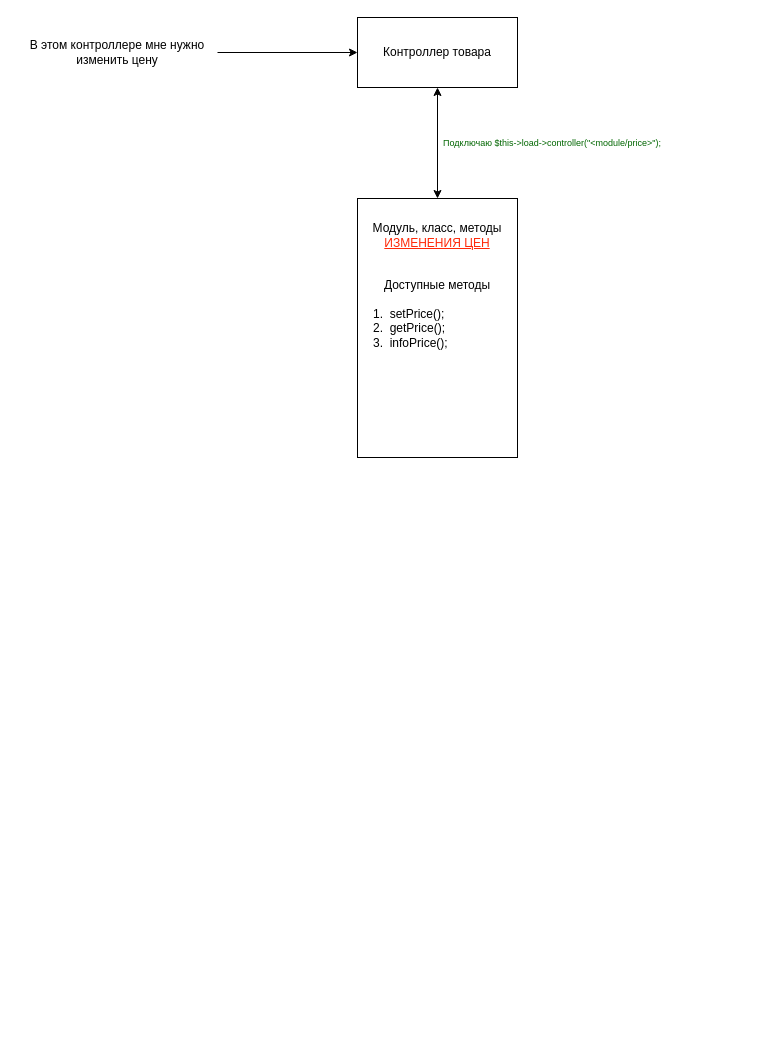
Before: Главная/Центральный-блок.drawio in mitivil/Gamestil-plan, a draw.io diagram. Source tidied: cells renumbered, new cells numbered last; positions are measured from the earlier drawing's top-left corner, leaving out a move shared by most shapes. Both pictures are drawn from the tidied source at 100%, with x=0, y=0 at pixel (17, 17).
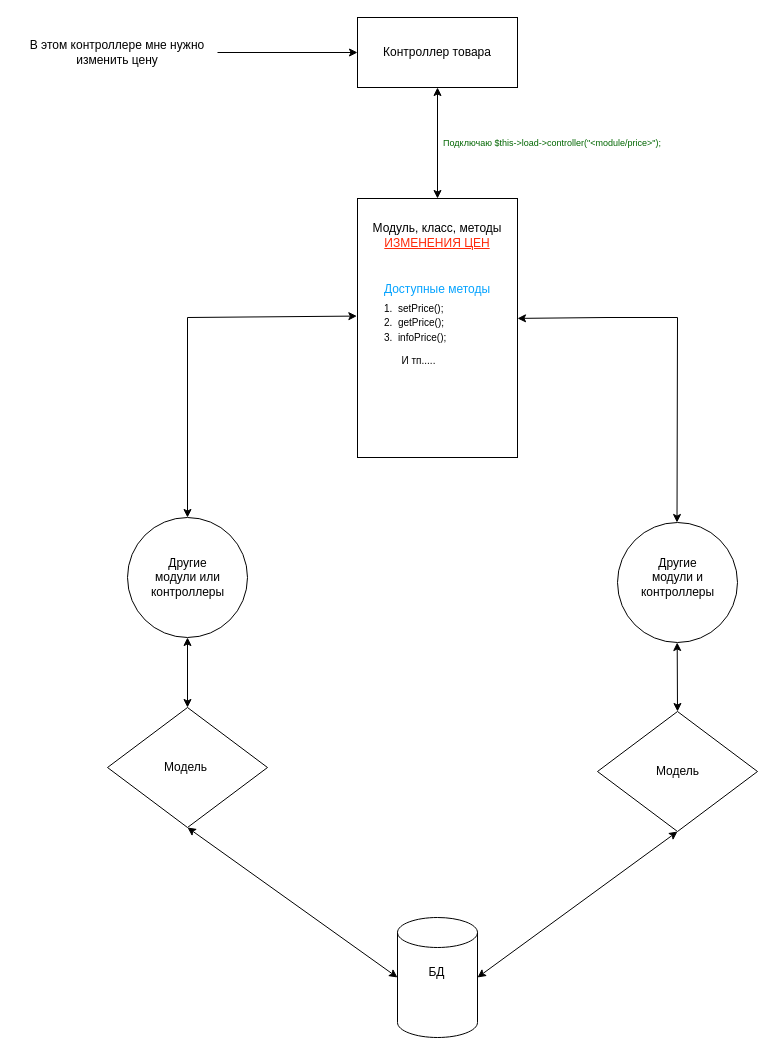
The same page after the edit.

Unchanged cells that the change refers to:
```xml
<mxCell id="6" style="rounded=0;whiteSpace=wrap;html=1;" parent="1" vertex="1">
  <mxGeometry x="340" y="181" width="160" height="259" as="geometry" />
</mxCell>
```

Change to the diagram source:
```diff
@@
-    <mxCell id="10" value="1.&amp;nbsp; setPrice();&lt;br&gt;2.&amp;nbsp; getPrice();&lt;br&gt;3.&amp;nbsp; infoPrice();" style="text;strokeColor=none;fillColor=none;align=left;verticalAlign=middle;spacingLeft=4;spacingRight=4;overflow=hidden;whiteSpace=wrap;html=1;" parent="1" vertex="1">
-      <mxGeometry x="350" y="282.5" width="120" height="56" as="geometry" />
+    <mxCell id="10" value="&lt;font style=&quot;font-size: 10px;&quot;&gt;1.&amp;nbsp; setPrice();&lt;br&gt;2.&amp;nbsp; getPrice();&lt;br&gt;3.&amp;nbsp; infoPrice();&lt;/font&gt;" style="text;strokeColor=none;fillColor=none;align=left;verticalAlign=middle;spacingLeft=4;spacingRight=4;overflow=hidden;whiteSpace=wrap;html=1;" parent="1" vertex="1">
+      <mxGeometry x="361" y="279.5" width="120" height="50.5" as="geometry" />
     </mxCell>
-    <mxCell id="11" value="Доступные методы" style="text;html=1;strokeColor=none;fillColor=none;align=center;verticalAlign=middle;whiteSpace=wrap;rounded=0;" parent="1" vertex="1">
-      <mxGeometry x="350" y="252.5" width="140" height="30" as="geometry" />
+    <mxCell id="11" value="&lt;font color=&quot;#05A3FF&quot;&gt;Доступные методы&lt;/font&gt;" style="text;html=1;strokeColor=none;fillColor=none;align=center;verticalAlign=middle;whiteSpace=wrap;rounded=0;" parent="1" vertex="1">
+      <mxGeometry x="350" y="265.5" width="140" height="13.5" as="geometry" />
     </mxCell>
+    <mxCell id="12" value="&lt;div&gt;&lt;font style=&quot;font-size: 10px;&quot;&gt;И тп.....&lt;/font&gt;&lt;/div&gt;" style="text;html=1;strokeColor=none;fillColor=none;align=center;verticalAlign=middle;whiteSpace=wrap;rounded=0;" parent="1" vertex="1">
+      <mxGeometry x="370" y="328" width="63" height="30" as="geometry" />
+    </mxCell>
+    <mxCell id="13" style="endArrow=classic;startArrow=classic;html=1;rounded=0;entryX=-0.004;entryY=0.454;entryDx=0;entryDy=0;entryPerimeter=0;exitX=0.5;exitY=0;exitDx=0;exitDy=0;" parent="1" edge="1" source="15" target="6">
+      <mxGeometry relative="1" as="geometry">
+        <Array as="points">
+          <mxPoint x="170" y="300" />
+        </Array>
+      </mxGeometry>
+    </mxCell>
+    <mxCell id="14" style="endArrow=classic;startArrow=classic;html=1;rounded=0;exitX=1.003;exitY=0.463;exitDx=0;exitDy=0;exitPerimeter=0;entryX=0.5;entryY=0;entryDx=0;entryDy=0;" parent="1" edge="1">
+      <mxGeometry relative="1" as="geometry">
+        <mxPoint x="500" y="300.9" as="sourcePoint" />
+        <mxPoint x="659.5" y="505" as="targetPoint" />
+        <Array as="points">
+          <mxPoint x="589.5" y="300" />
+          <mxPoint x="660" y="300" />
+        </Array>
+      </mxGeometry>
+    </mxCell>
+    <mxCell id="15" style="ellipse;whiteSpace=wrap;html=1;" parent="1" vertex="1">
+      <mxGeometry x="110" y="500" width="120" height="120" as="geometry" />
+    </mxCell>
+    <mxCell id="16" style="ellipse;whiteSpace=wrap;html=1;" parent="1" vertex="1">
+      <mxGeometry x="600" y="505" width="120" height="120" as="geometry" />
+    </mxCell>
+    <mxCell id="17" value="Другие модули или контроллеры" style="text;html=1;strokeColor=none;fillColor=none;align=center;verticalAlign=middle;whiteSpace=wrap;rounded=0;" parent="1" vertex="1">
+      <mxGeometry x="138.5" y="545" width="63" height="30" as="geometry" />
+    </mxCell>
+    <mxCell id="18" value="Другие модули и контроллеры" style="text;html=1;strokeColor=none;fillColor=none;align=center;verticalAlign=middle;whiteSpace=wrap;rounded=0;" parent="1" vertex="1">
+      <mxGeometry x="628.5" y="545" width="63" height="30" as="geometry" />
+    </mxCell>
+    <mxCell id="19" style="rhombus;whiteSpace=wrap;html=1;" parent="1" vertex="1">
+      <mxGeometry x="90" y="690" width="160" height="120" as="geometry" />
+    </mxCell>
+    <mxCell id="20" style="rhombus;whiteSpace=wrap;html=1;" parent="1" vertex="1">
+      <mxGeometry x="580" y="694" width="160" height="120" as="geometry" />
+    </mxCell>
+    <mxCell id="21" style="endArrow=classic;startArrow=classic;html=1;rounded=0;exitX=0.5;exitY=0;exitDx=0;exitDy=0;entryX=0.5;entryY=1;entryDx=0;entryDy=0;" parent="1" edge="1" source="19" target="15">
+      <mxGeometry relative="1" as="geometry" />
+    </mxCell>
+    <mxCell id="22" style="endArrow=classic;startArrow=classic;html=1;rounded=0;exitX=0.5;exitY=0;exitDx=0;exitDy=0;entryX=0.5;entryY=1;entryDx=0;entryDy=0;" parent="1" edge="1" source="20">
+      <mxGeometry relative="1" as="geometry">
+        <mxPoint x="659.7" y="625" as="targetPoint" />
+      </mxGeometry>
+    </mxCell>
+    <mxCell id="23" value="Модель" style="text;html=1;strokeColor=none;fillColor=none;align=center;verticalAlign=middle;whiteSpace=wrap;rounded=0;" parent="1" vertex="1">
+      <mxGeometry x="137" y="735" width="63" height="30" as="geometry" />
+    </mxCell>
+    <mxCell id="24" value="Модель" style="text;html=1;strokeColor=none;fillColor=none;align=center;verticalAlign=middle;whiteSpace=wrap;rounded=0;" parent="1" vertex="1">
+      <mxGeometry x="628.5" y="739" width="63" height="30" as="geometry" />
+    </mxCell>
+    <mxCell id="25" style="shape=cylinder3;whiteSpace=wrap;html=1;boundedLbl=1;backgroundOutline=1;size=15;" parent="1" vertex="1">
+      <mxGeometry x="380" y="900" width="80" height="120" as="geometry" />
+    </mxCell>
+    <mxCell id="26" value="БД" style="text;html=1;strokeColor=none;fillColor=none;align=center;verticalAlign=middle;whiteSpace=wrap;rounded=0;" parent="1" vertex="1">
+      <mxGeometry x="388" y="940" width="63" height="30" as="geometry" />
+    </mxCell>
+    <mxCell id="27" style="endArrow=classic;startArrow=classic;html=1;rounded=0;exitX=0;exitY=0.5;exitDx=0;exitDy=0;entryX=0.5;entryY=1;entryDx=0;entryDy=0;exitPerimeter=0;" parent="1" edge="1" source="25" target="19">
+      <mxGeometry relative="1" as="geometry" />
+    </mxCell>
+    <mxCell id="28" style="endArrow=classic;startArrow=classic;html=1;rounded=0;exitX=0.5;exitY=1;exitDx=0;exitDy=0;entryX=1;entryY=0.5;entryDx=0;entryDy=0;entryPerimeter=0;" parent="1" edge="1" source="20" target="25">
+      <mxGeometry relative="1" as="geometry" />
+    </mxCell>
```
